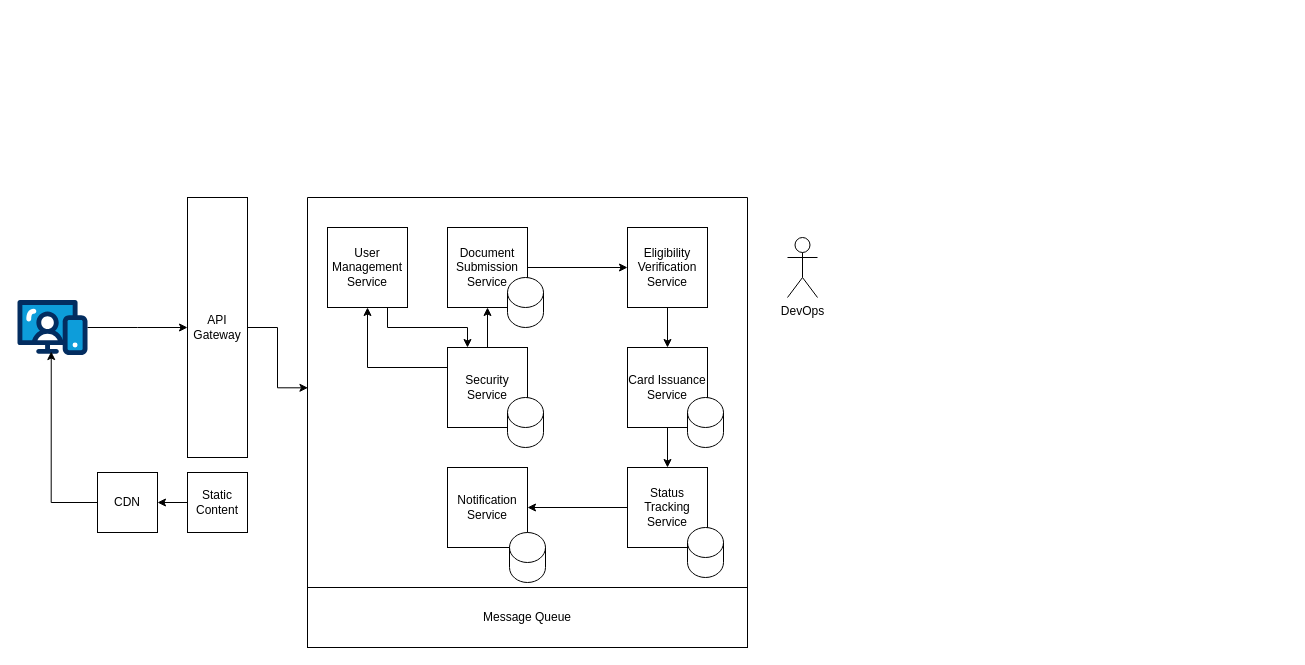
This is microservices.drawio from thammarat-ai/diagram-se, a draw.io file, before an edit. Source tidied: cells renumbered, new cells numbered last; positions are measured from the earlier drawing's top-left corner, leaving out a move shared by most shapes. Both pictures are drawn from the tidied source at 100%, with x=0, y=0 at pixel (17, 197).
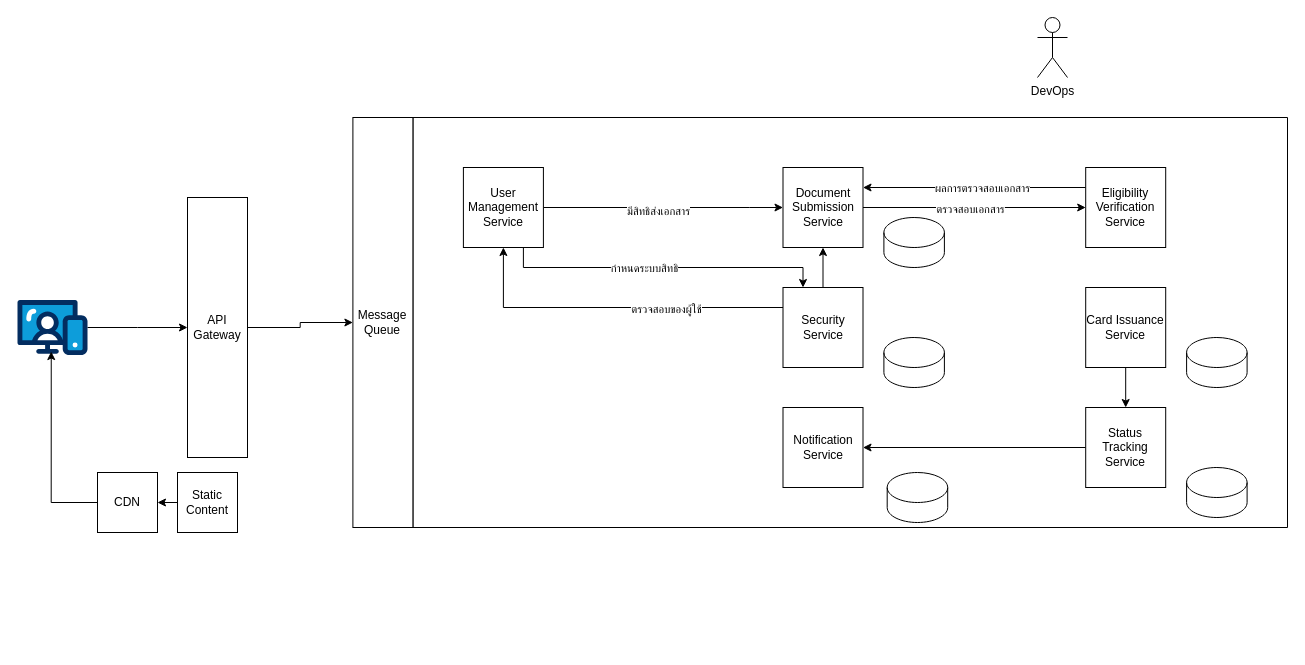
Above is the later version.

The change refers to these unchanged cells:
```xml
<mxCell id="2" value="API Gateway" style="rounded=0;whiteSpace=wrap;html=1;" parent="1" vertex="1">
  <mxGeometry x="170" width="60" height="260" as="geometry" />
</mxCell>
<mxCell id="5" style="edgeStyle=orthogonalEdgeStyle;rounded=0;jettySize=auto;html=1;entryX=0;entryY=0.5;entryDx=0;entryDy=0;" parent="3" edge="1" source="6" target="8">
  <mxGeometry relative="1" as="geometry" />
</mxCell>
<mxCell id="14" style="edgeStyle=orthogonalEdgeStyle;rounded=0;jettySize=auto;html=1;exitX=0;exitY=0.25;exitDx=0;exitDy=0;" parent="3" edge="1" source="15" target="19">
  <mxGeometry relative="1" as="geometry" />
</mxCell>
<mxCell id="18" style="edgeStyle=orthogonalEdgeStyle;rounded=0;jettySize=auto;html=1;exitX=0.75;exitY=1;exitDx=0;exitDy=0;entryX=0.25;entryY=0;entryDx=0;entryDy=0;" parent="3" edge="1" source="19" target="15">
  <mxGeometry relative="1" as="geometry" />
</mxCell>
```

Change to the diagram source:
```diff
@@
+    <mxCell id="33" style="edgeStyle=orthogonalEdgeStyle;rounded=0;jettySize=auto;html=1;" parent="1" edge="1" source="2" target="28">
+      <mxGeometry relative="1" as="geometry" />
+    </mxCell>
@@
     <mxCell id="3" style="group;" parent="1" vertex="1">
-      <mxGeometry x="290" width="440" height="390" as="geometry" />
+      <mxGeometry x="530" y="-60" width="740" height="390" as="geometry" />
     </mxCell>
     <mxCell id="4" style="verticalLabelPosition=bottom;verticalAlign=top;html=1;shape=mxgraph.basic.rect;fillColor2=none;strokeWidth=1;size=20;indent=5;" parent="3" vertex="1">
-      <mxGeometry width="440" height="390" as="geometry" />
+      <mxGeometry x="-134.5" y="-20" width="874.5" height="410" as="geometry" />
     </mxCell>
@@
+    <mxCell id="34" value="ตรวจสอบเอกสาร" style="edgeLabel;html=1;align=center;verticalAlign=middle;" parent="5" vertex="1">
+      <mxGeometry x="-0.04" y="-1" relative="1" as="geometry" />
+    </mxCell>
     <mxCell id="6" value="Document Submission Service" style="whiteSpace=wrap;html=1;" parent="3" vertex="1">
-      <mxGeometry x="140" y="30" width="80" height="80" as="geometry" />
+      <mxGeometry x="235.5" y="30" width="80" height="80" as="geometry" />
     </mxCell>
-    <mxCell id="7" style="edgeStyle=orthogonalEdgeStyle;rounded=0;jettySize=auto;html=1;exitX=0.5;exitY=1;exitDx=0;exitDy=0;entryX=0.5;entryY=0;entryDx=0;entryDy=0;" parent="3" edge="1" source="8" target="10">
-      <mxGeometry relative="1" as="geometry" />
-    </mxCell>
+    <mxCell id="35" style="edgeStyle=orthogonalEdgeStyle;rounded=0;jettySize=auto;html=1;exitX=0;exitY=0.25;exitDx=0;exitDy=0;entryX=1;entryY=0.25;entryDx=0;entryDy=0;" parent="3" edge="1" source="8" target="6">
+      <mxGeometry relative="1" as="geometry" />
+    </mxCell>
+    <mxCell id="36" value="ผลการตรวจสอบเอกสาร" style="edgeLabel;html=1;align=center;verticalAlign=middle;" parent="35" vertex="1">
+      <mxGeometry x="-0.07" relative="1" as="geometry" />
+    </mxCell>
     <mxCell id="8" value="Eligibility Verification Service" style="whiteSpace=wrap;html=1;" parent="3" vertex="1">
-      <mxGeometry x="320" y="30" width="80" height="80" as="geometry" />
+      <mxGeometry x="538.2" y="30" width="80" height="80" as="geometry" />
     </mxCell>
@@
     <mxCell id="10" value="Card Issuance Service" style="whiteSpace=wrap;html=1;" parent="3" vertex="1">
-      <mxGeometry x="320" y="150" width="80" height="80" as="geometry" />
+      <mxGeometry x="538.2" y="150" width="80" height="80" as="geometry" />
     </mxCell>
@@
     <mxCell id="12" value="Status Tracking Service" style="whiteSpace=wrap;html=1;" parent="3" vertex="1">
-      <mxGeometry x="320" y="270" width="80" height="80" as="geometry" />
+      <mxGeometry x="538.2" y="270" width="80" height="80" as="geometry" />
     </mxCell>
@@
+    <mxCell id="37" value="ตรวจสอบของผู้ใช้" style="edgeLabel;html=1;align=center;verticalAlign=middle;" parent="14" vertex="1">
+      <mxGeometry x="-0.31" y="1" relative="1" as="geometry" />
+    </mxCell>
     <mxCell id="15" value="Security Service" style="whiteSpace=wrap;html=1;" parent="3" vertex="1">
-      <mxGeometry x="140" y="150" width="80" height="80" as="geometry" />
+      <mxGeometry x="235.5" y="150" width="80" height="80" as="geometry" />
     </mxCell>
     <mxCell id="16" value="Notification Service" style="whiteSpace=wrap;html=1;" parent="3" vertex="1">
-      <mxGeometry x="140" y="270" width="80" height="80" as="geometry" />
+      <mxGeometry x="235.5" y="270" width="80" height="80" as="geometry" />
     </mxCell>
     <mxCell id="17" style="shape=cylinder3;whiteSpace=wrap;html=1;boundedLbl=1;backgroundOutline=1;size=15;" parent="3" vertex="1">
-      <mxGeometry x="200" y="80" width="36" height="50" as="geometry" />
+      <mxGeometry x="336.4" y="80" width="60.5" height="50" as="geometry" />
     </mxCell>
@@
+    <mxCell id="38" value="กำหนดระบบสิทธิ" style="edgeLabel;html=1;align=center;verticalAlign=middle;" parent="18" vertex="1">
+      <mxGeometry x="-0.12" relative="1" as="geometry" />
+    </mxCell>
+    <mxCell id="39" style="edgeStyle=orthogonalEdgeStyle;rounded=0;jettySize=auto;html=1;exitX=1;exitY=0.5;exitDx=0;exitDy=0;" parent="3" edge="1" source="19" target="6">
+      <mxGeometry relative="1" as="geometry">
+        <Array as="points">
+          <mxPoint x="201.8" y="70" />
+          <mxPoint x="201.8" y="70" />
+        </Array>
+      </mxGeometry>
+    </mxCell>
+    <mxCell id="40" value="มีสิทธิส่งเอกสาร" style="edgeLabel;html=1;align=center;verticalAlign=middle;" parent="39" vertex="1">
+      <mxGeometry x="-0.04" y="-3" relative="1" as="geometry" />
+    </mxCell>
     <mxCell id="19" value="User Management Service" style="whiteSpace=wrap;html=1;" parent="3" vertex="1">
-      <mxGeometry x="20" y="30" width="80" height="80" as="geometry" />
+      <mxGeometry x="-84.1" y="30" width="80" height="80" as="geometry" />
     </mxCell>
     <mxCell id="20" style="shape=cylinder3;whiteSpace=wrap;html=1;boundedLbl=1;backgroundOutline=1;size=15;" parent="3" vertex="1">
-      <mxGeometry x="380" y="200" width="36" height="50" as="geometry" />
+      <mxGeometry x="639.1" y="200" width="60.5" height="50" as="geometry" />
     </mxCell>
     <mxCell id="21" style="shape=cylinder3;whiteSpace=wrap;html=1;boundedLbl=1;backgroundOutline=1;size=15;" parent="3" vertex="1">
-      <mxGeometry x="380" y="330" width="36" height="50" as="geometry" />
+      <mxGeometry x="639.1" y="330" width="60.5" height="50" as="geometry" />
     </mxCell>
     <mxCell id="22" style="shape=cylinder3;whiteSpace=wrap;html=1;boundedLbl=1;backgroundOutline=1;size=15;" parent="3" vertex="1">
-      <mxGeometry x="202" y="335" width="36" height="50" as="geometry" />
+      <mxGeometry x="339.7" y="335" width="60.5" height="50" as="geometry" />
     </mxCell>
     <mxCell id="23" style="shape=cylinder3;whiteSpace=wrap;html=1;boundedLbl=1;backgroundOutline=1;size=15;" parent="3" vertex="1">
-      <mxGeometry x="200" y="200" width="36" height="50" as="geometry" />
+      <mxGeometry x="336.4" y="200" width="60.5" height="50" as="geometry" />
     </mxCell>
     <mxCell id="24" value="&lt;div&gt;DevOps&lt;/div&gt;" style="shape=umlActor;verticalLabelPosition=bottom;verticalAlign=top;html=1;" parent="1" vertex="1">
-      <mxGeometry x="770" y="40" width="30" height="60" as="geometry" />
+      <mxGeometry x="1020" y="-180" width="30" height="60" as="geometry" />
     </mxCell>
@@
-    <mxCell id="27" style="edgeStyle=orthogonalEdgeStyle;rounded=0;jettySize=auto;html=1;entryX=0.001;entryY=0.488;entryDx=0;entryDy=0;entryPerimeter=0;" parent="1" edge="1" source="2" target="4">
-      <mxGeometry relative="1" as="geometry" />
-    </mxCell>
-    <mxCell id="28" value="Message Queue" style="rounded=0;whiteSpace=wrap;html=1;" parent="1" vertex="1">
-      <mxGeometry x="290" y="390" width="440" height="60" as="geometry" />
-    </mxCell>
@@
     <mxCell id="30" value="Static Content" style="rounded=0;whiteSpace=wrap;html=1;" parent="1" vertex="1">
-      <mxGeometry x="170" y="275" width="60" height="60" as="geometry" />
+      <mxGeometry x="160" y="275" width="60" height="60" as="geometry" />
     </mxCell>
@@
+    <mxCell id="28" value="Message Queue" style="rounded=0;whiteSpace=wrap;html=1;direction=south;" parent="1" vertex="1">
+      <mxGeometry x="335.4" y="-80" width="60" height="410" as="geometry" />
+    </mxCell>
```
